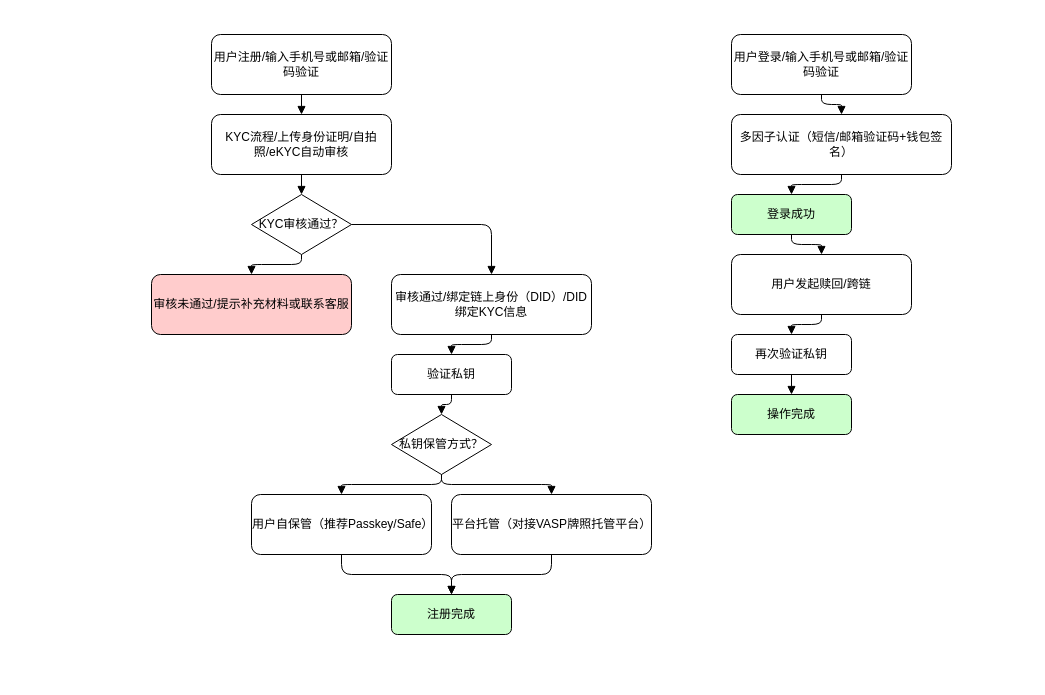
Earlier version of the draw.io diagram userlogin.drawio (mingzhenliu/doc). Source tidied: cells renumbered, new cells numbered last; positions are measured from the earlier drawing's top-left corner, leaving out a move shared by most shapes. Both pictures are drawn from the tidied source at 100%, with x=0, y=0 at pixel (151, 34).
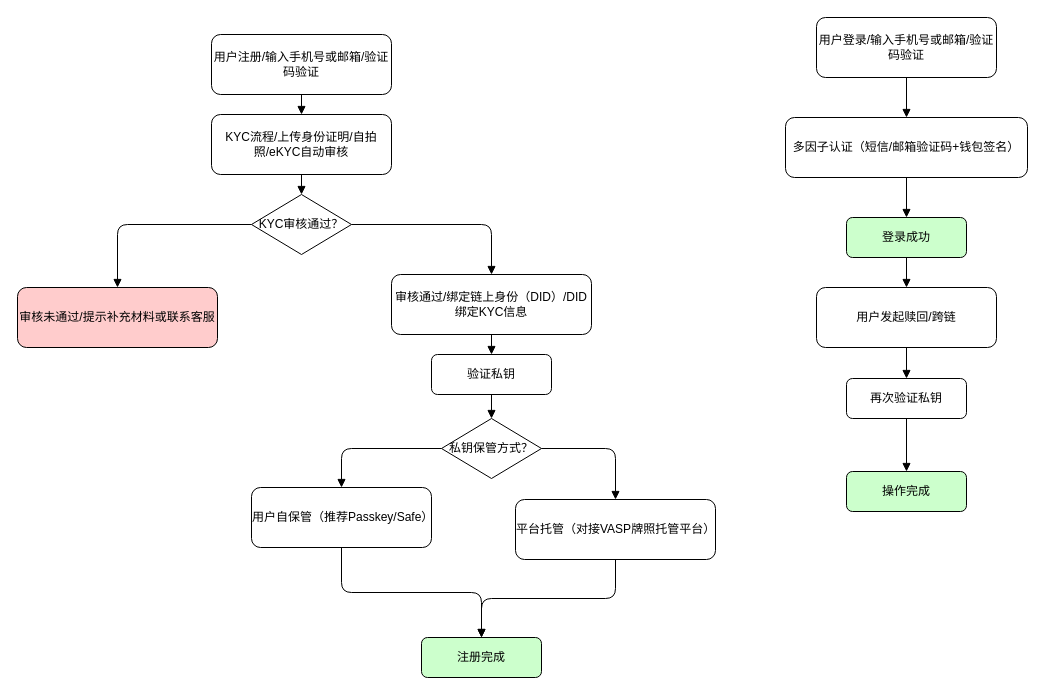
After the change.

The edit, as a diff of the source:
```diff
@@
     <mxCell id="5" value="审核未通过/提示补充材料或联系客服" style="rounded=1;whiteSpace=wrap;html=1;fillColor=#FFCCCC;" parent="1" vertex="1">
-      <mxGeometry y="240" width="200" height="60" as="geometry" />
+      <mxGeometry x="-134" y="253" width="200" height="60" as="geometry" />
     </mxCell>
@@
     <mxCell id="7" value="验证私钥" style="rounded=1;whiteSpace=wrap;html=1;" parent="1" vertex="1">
-      <mxGeometry x="240" y="320" width="120" height="40" as="geometry" />
+      <mxGeometry x="280" y="320" width="120" height="40" as="geometry" />
     </mxCell>
     <mxCell id="8" value="私钥保管方式？" style="rhombus;whiteSpace=wrap;html=1;" parent="1" vertex="1">
-      <mxGeometry x="240" y="380" width="100" height="60" as="geometry" />
+      <mxGeometry x="290" y="384" width="100" height="60" as="geometry" />
     </mxCell>
     <mxCell id="9" value="用户自保管（推荐Passkey/Safe）" style="rounded=1;whiteSpace=wrap;html=1;" parent="1" vertex="1">
-      <mxGeometry x="100" y="460" width="180" height="60" as="geometry" />
+      <mxGeometry x="100" y="453" width="180" height="60" as="geometry" />
     </mxCell>
     <mxCell id="10" value="平台托管（对接VASP牌照托管平台）" style="rounded=1;whiteSpace=wrap;html=1;" parent="1" vertex="1">
-      <mxGeometry x="300" y="460" width="200" height="60" as="geometry" />
+      <mxGeometry x="364" y="465" width="200" height="60" as="geometry" />
     </mxCell>
     <mxCell id="11" value="注册完成" style="rounded=1;whiteSpace=wrap;html=1;fillColor=#CCFFCC;" parent="1" vertex="1">
-      <mxGeometry x="240" y="560" width="120" height="40" as="geometry" />
+      <mxGeometry x="270" y="603" width="120" height="40" as="geometry" />
     </mxCell>
@@
-    <mxCell id="19" style="edgeStyle=orthogonalEdgeStyle;endArrow=block;html=1;" parent="1" edge="1" source="8" target="10">
+    <mxCell id="19" style="edgeStyle=orthogonalEdgeStyle;endArrow=block;html=1;exitX=1;exitY=0.5;exitDx=0;exitDy=0;" parent="1" edge="1" source="8" target="10">
       <mxGeometry relative="1" as="geometry" />
     </mxCell>
@@
     <mxCell id="22" value="用户登录/输入手机号或邮箱/验证码验证" style="rounded=1;whiteSpace=wrap;html=1;" parent="1" vertex="1">
-      <mxGeometry x="580" width="180" height="60" as="geometry" />
+      <mxGeometry x="665" y="-17" width="180" height="60" as="geometry" />
     </mxCell>
     <mxCell id="23" value="多因子认证（短信/邮箱验证码+钱包签名）" style="rounded=1;whiteSpace=wrap;html=1;" parent="1" vertex="1">
-      <mxGeometry x="580" y="80" width="220" height="60" as="geometry" />
+      <mxGeometry x="634" y="83" width="242" height="60" as="geometry" />
     </mxCell>
     <mxCell id="24" value="登录成功" style="rounded=1;whiteSpace=wrap;html=1;fillColor=#CCFFCC;" parent="1" vertex="1">
-      <mxGeometry x="580" y="160" width="120" height="40" as="geometry" />
+      <mxGeometry x="695" y="183" width="120" height="40" as="geometry" />
     </mxCell>
     <mxCell id="25" value="用户发起赎回/跨链" style="rounded=1;whiteSpace=wrap;html=1;" parent="1" vertex="1">
-      <mxGeometry x="580" y="220" width="180" height="60" as="geometry" />
+      <mxGeometry x="665" y="253" width="180" height="60" as="geometry" />
     </mxCell>
     <mxCell id="26" value="再次验证私钥" style="rounded=1;whiteSpace=wrap;html=1;" parent="1" vertex="1">
-      <mxGeometry x="580" y="300" width="120" height="40" as="geometry" />
+      <mxGeometry x="695" y="344" width="120" height="40" as="geometry" />
     </mxCell>
     <mxCell id="27" value="操作完成" style="rounded=1;whiteSpace=wrap;html=1;fillColor=#CCFFCC;" parent="1" vertex="1">
-      <mxGeometry x="580" y="360" width="120" height="40" as="geometry" />
+      <mxGeometry x="695" y="437" width="120" height="40" as="geometry" />
     </mxCell>
```
